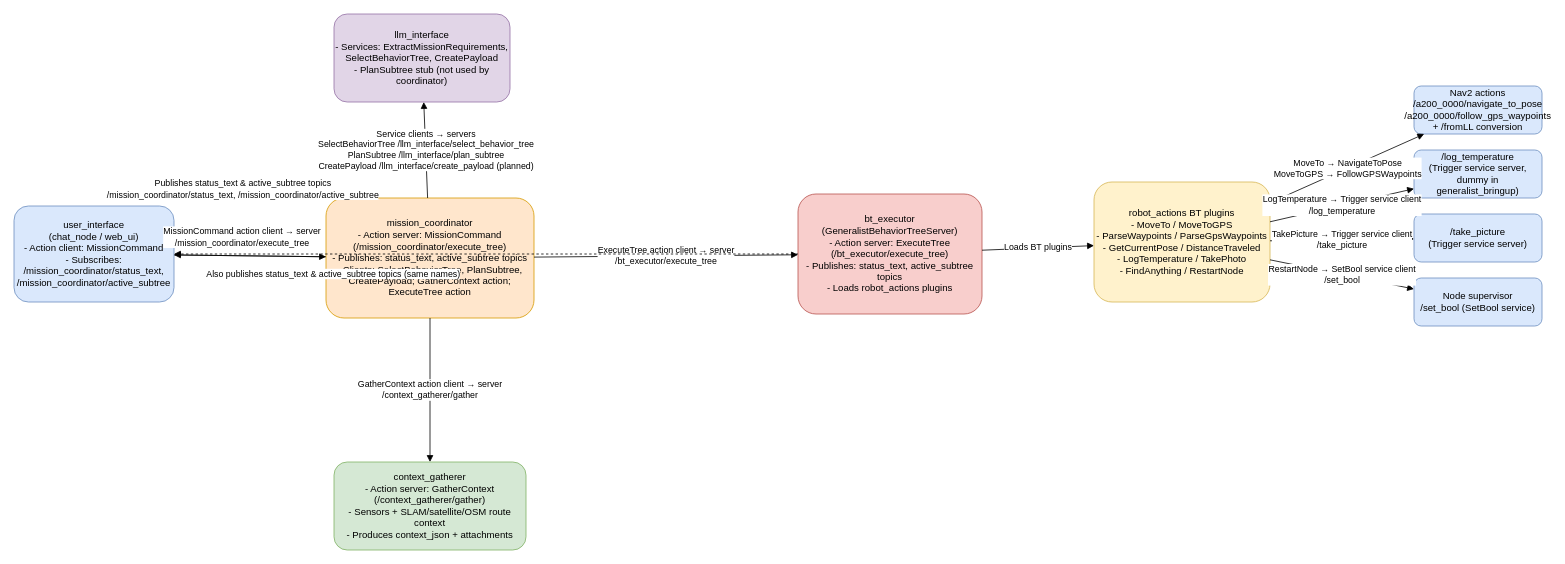
This is docs/ros_class_diagram.drawio from mounteverset/generalist_bt_gen, a draw.io file, before an edit. Source tidied: cells renumbered, new cells numbered last; positions are measured from the earlier drawing's top-left corner, leaving out a move shared by most shapes. Both pictures are drawn from the tidied source at 80%, with x=0, y=0 at pixel (14, 14).
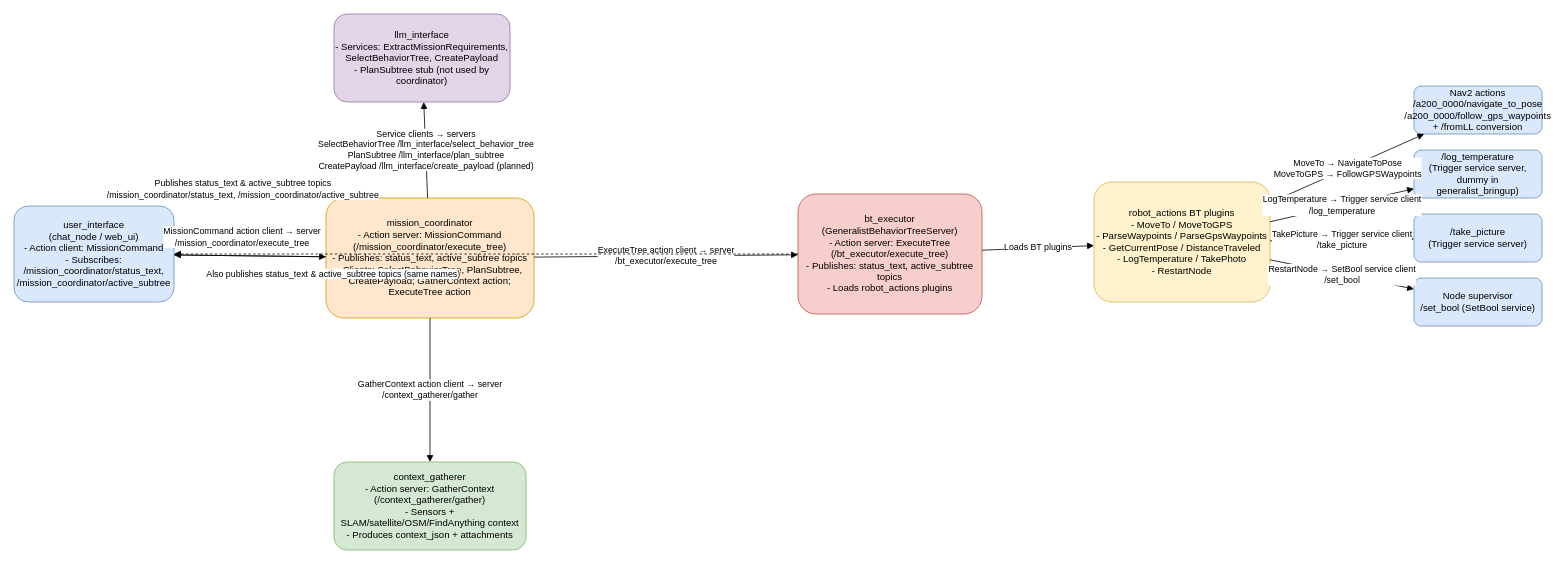
The same diagram, later.

The edit, as a diff of the source:
```diff
@@
-    <mxCell id="5" value="context_gatherer&#10;- Action server: GatherContext (/context_gatherer/gather)&#10;- Sensors + SLAM/satellite/OSM route context&#10;- Produces context_json + attachments" style="rounded=1;whiteSpace=wrap;html=1;fillColor=#d5e8d4;strokeColor=#82b366;" parent="1" vertex="1">
+    <mxCell id="5" value="context_gatherer&#10;- Action server: GatherContext (/context_gatherer/gather)&#10;- Sensors + SLAM/satellite/OSM/FindAnything context&#10;- Produces context_json + attachments" style="rounded=1;whiteSpace=wrap;html=1;fillColor=#d5e8d4;strokeColor=#82b366;" parent="1" vertex="1">
       <mxGeometry x="400" y="560" width="240" height="110" as="geometry" />
     </mxCell>
@@
-    <mxCell id="7" value="robot_actions BT plugins&#10;- MoveTo / MoveToGPS&#10;- ParseWaypoints / ParseGpsWaypoints&#10;- GetCurrentPose / DistanceTraveled&#10;- LogTemperature / TakePhoto&#10;- FindAnything / RestartNode" style="rounded=1;whiteSpace=wrap;html=1;fillColor=#fff2cc;strokeColor=#d6b656;" parent="1" vertex="1">
+    <mxCell id="7" value="robot_actions BT plugins&#10;- MoveTo / MoveToGPS&#10;- ParseWaypoints / ParseGpsWaypoints&#10;- GetCurrentPose / DistanceTraveled&#10;- LogTemperature / TakePhoto&#10;- RestartNode" style="rounded=1;whiteSpace=wrap;html=1;fillColor=#fff2cc;strokeColor=#d6b656;" parent="1" vertex="1">
       <mxGeometry x="1350" y="210" width="220" height="150" as="geometry" />
     </mxCell>
```
